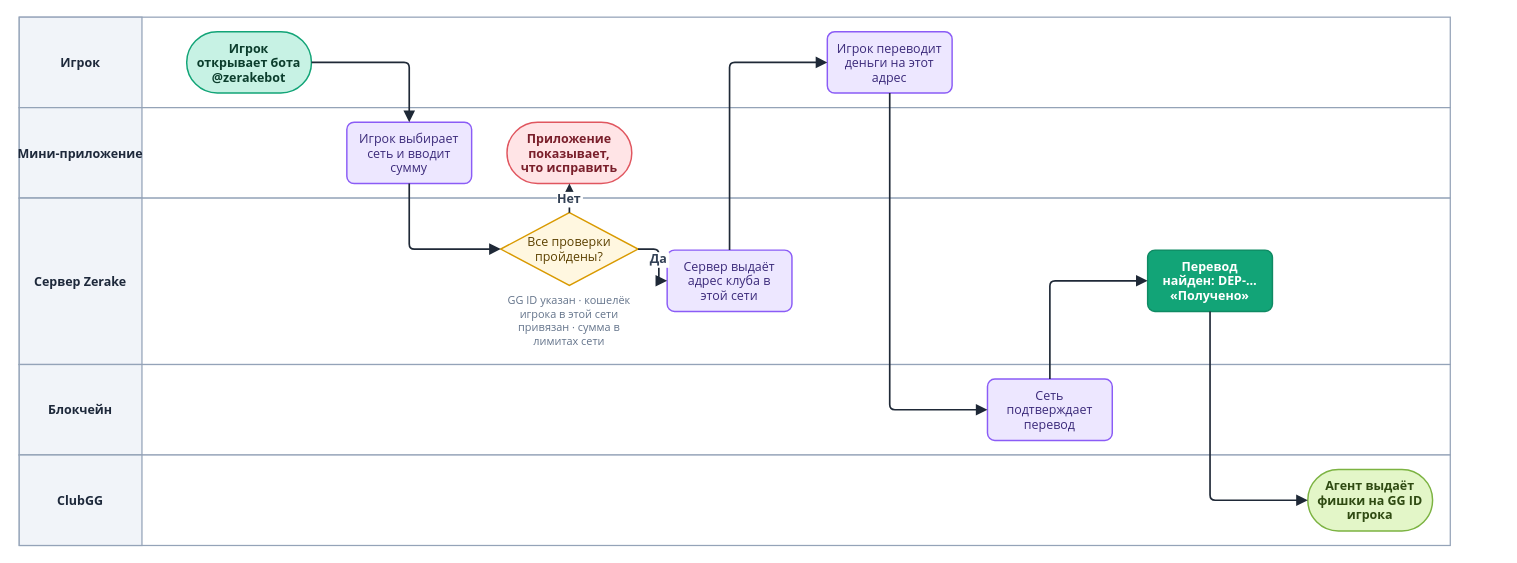
Before: diagrams/drawio/money-in.drawio in LILSUFFER/zerake-docs, a draw.io diagram. Source tidied: cells renumbered, new cells numbered last; positions are measured from the earlier drawing's top-left corner, leaving out a move shared by most shapes. Both pictures are drawn from the tidied source at 104%, with x=0, y=0 at pixel (19, 17).
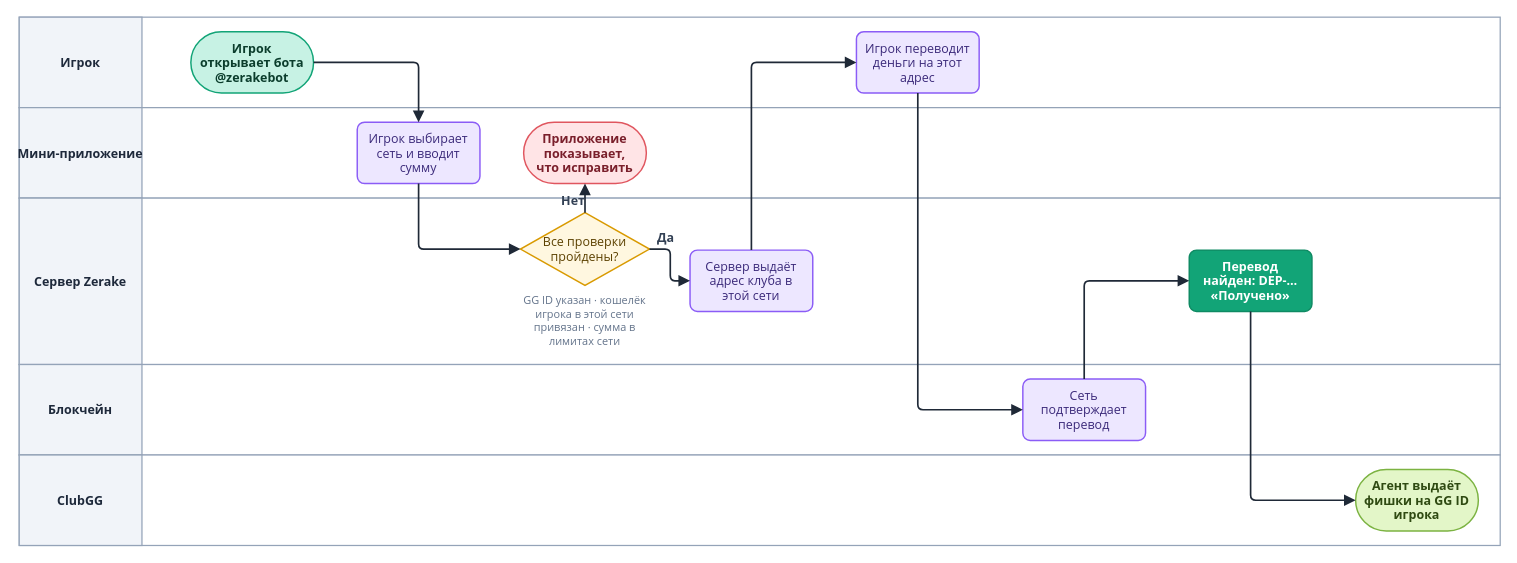
Above is the later version.

Change to the diagram source:
```diff
@@
     <mxCell id="2" style="rounded=0;html=0;fillColor=#FFFFFF;strokeColor=#94A3B8;strokeWidth=1.2;" parent="1" vertex="1">
-      <mxGeometry width="1376" height="87" as="geometry" />
+      <mxGeometry width="1424" height="87" as="geometry" />
     </mxCell>
@@
     <mxCell id="4" style="rounded=0;html=0;fillColor=#FFFFFF;strokeColor=#94A3B8;strokeWidth=1.2;" parent="1" vertex="1">
-      <mxGeometry y="87" width="1376" height="87" as="geometry" />
+      <mxGeometry y="87" width="1424" height="87" as="geometry" />
     </mxCell>
@@
     <mxCell id="6" style="rounded=0;html=0;fillColor=#FFFFFF;strokeColor=#94A3B8;strokeWidth=1.2;" parent="1" vertex="1">
-      <mxGeometry y="174" width="1376" height="160" as="geometry" />
+      <mxGeometry y="174" width="1424" height="160" as="geometry" />
     </mxCell>
@@
     <mxCell id="8" style="rounded=0;html=0;fillColor=#FFFFFF;strokeColor=#94A3B8;strokeWidth=1.2;" parent="1" vertex="1">
-      <mxGeometry y="334" width="1376" height="87" as="geometry" />
+      <mxGeometry y="334" width="1424" height="87" as="geometry" />
     </mxCell>
@@
     <mxCell id="10" style="rounded=0;html=0;fillColor=#FFFFFF;strokeColor=#94A3B8;strokeWidth=1.2;" parent="1" vertex="1">
-      <mxGeometry y="421" width="1376" height="87" as="geometry" />
+      <mxGeometry y="421" width="1424" height="87" as="geometry" />
     </mxCell>
@@
     <mxCell id="12" value="Игрок&#10;открывает бота&#10;@zerakebot" style="rounded=1;arcSize=50;html=0;fontStyle=1;fillColor=#C7F2E4;strokeColor=#12A477;fontColor=#0B3D2C;fontFamily=Segoe UI;fontSize=12;strokeWidth=1.4;" parent="1" vertex="1">
-      <mxGeometry x="161" y="14" width="120" height="59" as="geometry" />
+      <mxGeometry x="165" y="14" width="118" height="59" as="geometry" />
     </mxCell>
     <mxCell id="13" value="Игрок выбирает&#10;сеть и вводит&#10;сумму" style="rounded=1;arcSize=12;html=0;fillColor=#EDE7FF;strokeColor=#8B5CF6;fontColor=#3B2A7A;fontFamily=Segoe UI;fontSize=12;strokeWidth=1.4;" parent="1" vertex="1">
-      <mxGeometry x="315" y="101" width="120" height="59" as="geometry" />
+      <mxGeometry x="325" y="101" width="118" height="59" as="geometry" />
     </mxCell>
     <mxCell id="14" value="GG ID указан · кошелёк&#10;игрока в этой сети&#10;привязан · сумма в&#10;лимитах сети" style="text;html=0;align=center;verticalAlign=top;fontFamily=Segoe UI;fontSize=10.5;fontColor=#64748B;" parent="1" vertex="1">
-      <mxGeometry x="443" y="260" width="172" height="62" as="geometry" />
+      <mxGeometry x="462" y="260" width="164" height="62" as="geometry" />
     </mxCell>
     <mxCell id="15" value="Все проверки&#10;пройдены?" style="rhombus;html=0;fillColor=#FFF7E0;strokeColor=#D99A00;fontColor=#5C4100;fontFamily=Segoe UI;fontSize=12;strokeWidth=1.4;" parent="1" vertex="1">
-      <mxGeometry x="463" y="188" width="132" height="70" as="geometry" />
+      <mxGeometry x="482" y="188" width="124" height="70" as="geometry" />
     </mxCell>
     <mxCell id="16" value="Приложение&#10;показывает,&#10;что исправить" style="rounded=1;arcSize=50;html=0;fontStyle=1;fillColor=#FFE4E6;strokeColor=#E0565F;fontColor=#7A1F2B;fontFamily=Segoe UI;fontSize=12;strokeWidth=1.4;" parent="1" vertex="1">
-      <mxGeometry x="469" y="101" width="120" height="59" as="geometry" />
+      <mxGeometry x="485" y="101" width="118" height="59" as="geometry" />
     </mxCell>
     <mxCell id="17" value="Сервер выдаёт&#10;адрес клуба в&#10;этой сети" style="rounded=1;arcSize=12;html=0;fillColor=#EDE7FF;strokeColor=#8B5CF6;fontColor=#3B2A7A;fontFamily=Segoe UI;fontSize=12;strokeWidth=1.4;" parent="1" vertex="1">
-      <mxGeometry x="623" y="224" width="120" height="59" as="geometry" />
+      <mxGeometry x="645" y="224" width="118" height="59" as="geometry" />
     </mxCell>
     <mxCell id="18" value="Игрок переводит&#10;деньги на этот&#10;адрес" style="rounded=1;arcSize=12;html=0;fillColor=#EDE7FF;strokeColor=#8B5CF6;fontColor=#3B2A7A;fontFamily=Segoe UI;fontSize=12;strokeWidth=1.4;" parent="1" vertex="1">
-      <mxGeometry x="777" y="14" width="120" height="59" as="geometry" />
+      <mxGeometry x="805" y="14" width="118" height="59" as="geometry" />
     </mxCell>
     <mxCell id="19" value="Сеть&#10;подтверждает&#10;перевод" style="rounded=1;arcSize=12;html=0;fillColor=#EDE7FF;strokeColor=#8B5CF6;fontColor=#3B2A7A;fontFamily=Segoe UI;fontSize=12;strokeWidth=1.4;" parent="1" vertex="1">
-      <mxGeometry x="931" y="348" width="120" height="59" as="geometry" />
+      <mxGeometry x="965" y="348" width="118" height="59" as="geometry" />
     </mxCell>
     <mxCell id="20" value="Перевод&#10;найден: DEP-…&#10;«Получено»" style="rounded=1;arcSize=12;html=0;fillColor=#12A477;strokeColor=#0F8A63;fontColor=#FFFFFF;fontStyle=1;fontFamily=Segoe UI;fontSize=12;strokeWidth=1.4;" parent="1" vertex="1">
-      <mxGeometry x="1085" y="224" width="120" height="59" as="geometry" />
+      <mxGeometry x="1125" y="224" width="118" height="59" as="geometry" />
     </mxCell>
     <mxCell id="21" value="Агент выдаёт&#10;фишки на GG ID&#10;игрока" style="rounded=1;arcSize=50;html=0;fontStyle=1;fillColor=#E3F6C8;strokeColor=#7CB342;fontColor=#2F4A12;fontFamily=Segoe UI;fontSize=12;strokeWidth=1.4;" parent="1" vertex="1">
-      <mxGeometry x="1239" y="435" width="120" height="59" as="geometry" />
+      <mxGeometry x="1285" y="435" width="118" height="59" as="geometry" />
     </mxCell>
-    <mxCell id="22" style="edgeStyle=orthogonalEdgeStyle;rounded=1;arcSize=10;jettySize=auto;html=0;strokeColor=#1F2937;strokeWidth=1.6;endArrow=block;endFill=1;endSize=7;fontFamily=Segoe UI;fontSize=12;fontStyle=1;fontColor=#334155;labelBackgroundColor=#FFFFFF;" parent="1" edge="1" source="12" target="13">
+    <mxCell id="22" style="edgeStyle=orthogonalEdgeStyle;rounded=1;arcSize=10;jettySize=auto;html=0;strokeColor=#1F2937;strokeWidth=1.6;endArrow=block;endFill=1;endSize=7;fontFamily=Segoe UI;fontSize=12;fontStyle=1;fontColor=#334155;labelBackgroundColor=none;" parent="1" edge="1" source="12" target="13">
       <mxGeometry relative="1" as="geometry" />
     </mxCell>
-    <mxCell id="23" style="edgeStyle=orthogonalEdgeStyle;rounded=1;arcSize=10;jettySize=auto;html=0;strokeColor=#1F2937;strokeWidth=1.6;endArrow=block;endFill=1;endSize=7;fontFamily=Segoe UI;fontSize=12;fontStyle=1;fontColor=#334155;labelBackgroundColor=#FFFFFF;exitX=0.5;exitY=1;entryX=0;entryY=0.5;" parent="1" edge="1" source="13" target="15">
+    <mxCell id="23" style="edgeStyle=orthogonalEdgeStyle;rounded=1;arcSize=10;jettySize=auto;html=0;strokeColor=#1F2937;strokeWidth=1.6;endArrow=block;endFill=1;endSize=7;fontFamily=Segoe UI;fontSize=12;fontStyle=1;fontColor=#334155;labelBackgroundColor=none;exitX=0.5;exitY=1;entryX=0;entryY=0.5;" parent="1" edge="1" source="13" target="15">
       <mxGeometry relative="1" as="geometry" />
     </mxCell>
-    <mxCell id="24" value="Нет" style="edgeStyle=orthogonalEdgeStyle;rounded=1;arcSize=10;jettySize=auto;html=0;strokeColor=#1F2937;strokeWidth=1.6;endArrow=block;endFill=1;endSize=7;fontFamily=Segoe UI;fontSize=12;fontStyle=1;fontColor=#334155;labelBackgroundColor=#FFFFFF;" parent="1" edge="1" source="15" target="16">
-      <mxGeometry relative="1" as="geometry" />
+    <mxCell id="24" value="Нет" style="edgeStyle=orthogonalEdgeStyle;rounded=1;arcSize=10;jettySize=auto;html=0;strokeColor=#1F2937;strokeWidth=1.6;endArrow=block;endFill=1;endSize=7;fontFamily=Segoe UI;fontSize=12;fontStyle=1;fontColor=#334155;labelBackgroundColor=none;" parent="1" edge="1" source="15" target="16">
+      <mxGeometry x="-0.55" y="11" relative="1" as="geometry" />
     </mxCell>
-    <mxCell id="25" value="Да" style="edgeStyle=orthogonalEdgeStyle;rounded=1;arcSize=10;jettySize=auto;html=0;strokeColor=#1F2937;strokeWidth=1.6;endArrow=block;endFill=1;endSize=7;fontFamily=Segoe UI;fontSize=12;fontStyle=1;fontColor=#334155;labelBackgroundColor=#FFFFFF;" parent="1" edge="1" source="15" target="17">
-      <mxGeometry relative="1" as="geometry" />
+    <mxCell id="25" value="Да" style="edgeStyle=orthogonalEdgeStyle;rounded=1;arcSize=10;jettySize=auto;html=0;strokeColor=#1F2937;strokeWidth=1.6;endArrow=block;endFill=1;endSize=7;fontFamily=Segoe UI;fontSize=12;fontStyle=1;fontColor=#334155;labelBackgroundColor=none;" parent="1" edge="1" source="15" target="17">
+      <mxGeometry x="-0.55" y="11" relative="1" as="geometry" />
     </mxCell>
-    <mxCell id="26" style="edgeStyle=orthogonalEdgeStyle;rounded=1;arcSize=10;jettySize=auto;html=0;strokeColor=#1F2937;strokeWidth=1.6;endArrow=block;endFill=1;endSize=7;fontFamily=Segoe UI;fontSize=12;fontStyle=1;fontColor=#334155;labelBackgroundColor=#FFFFFF;exitX=0.5;exitY=0;entryX=0;entryY=0.5;" parent="1" edge="1" source="17" target="18">
+    <mxCell id="26" style="edgeStyle=orthogonalEdgeStyle;rounded=1;arcSize=10;jettySize=auto;html=0;strokeColor=#1F2937;strokeWidth=1.6;endArrow=block;endFill=1;endSize=7;fontFamily=Segoe UI;fontSize=12;fontStyle=1;fontColor=#334155;labelBackgroundColor=none;exitX=0.5;exitY=0;entryX=0;entryY=0.5;" parent="1" edge="1" source="17" target="18">
       <mxGeometry relative="1" as="geometry" />
     </mxCell>
-    <mxCell id="27" style="edgeStyle=orthogonalEdgeStyle;rounded=1;arcSize=10;jettySize=auto;html=0;strokeColor=#1F2937;strokeWidth=1.6;endArrow=block;endFill=1;endSize=7;fontFamily=Segoe UI;fontSize=12;fontStyle=1;fontColor=#334155;labelBackgroundColor=#FFFFFF;exitX=0.5;exitY=1;entryX=0;entryY=0.5;" parent="1" edge="1" source="18" target="19">
+    <mxCell id="27" style="edgeStyle=orthogonalEdgeStyle;rounded=1;arcSize=10;jettySize=auto;html=0;strokeColor=#1F2937;strokeWidth=1.6;endArrow=block;endFill=1;endSize=7;fontFamily=Segoe UI;fontSize=12;fontStyle=1;fontColor=#334155;labelBackgroundColor=none;exitX=0.5;exitY=1;entryX=0;entryY=0.5;" parent="1" edge="1" source="18" target="19">
       <mxGeometry relative="1" as="geometry" />
     </mxCell>
-    <mxCell id="28" style="edgeStyle=orthogonalEdgeStyle;rounded=1;arcSize=10;jettySize=auto;html=0;strokeColor=#1F2937;strokeWidth=1.6;endArrow=block;endFill=1;endSize=7;fontFamily=Segoe UI;fontSize=12;fontStyle=1;fontColor=#334155;labelBackgroundColor=#FFFFFF;exitX=0.5;exitY=0;entryX=0;entryY=0.5;" parent="1" edge="1" source="19" target="20">
+    <mxCell id="28" style="edgeStyle=orthogonalEdgeStyle;rounded=1;arcSize=10;jettySize=auto;html=0;strokeColor=#1F2937;strokeWidth=1.6;endArrow=block;endFill=1;endSize=7;fontFamily=Segoe UI;fontSize=12;fontStyle=1;fontColor=#334155;labelBackgroundColor=none;exitX=0.5;exitY=0;entryX=0;entryY=0.5;" parent="1" edge="1" source="19" target="20">
       <mxGeometry relative="1" as="geometry" />
     </mxCell>
-    <mxCell id="29" style="edgeStyle=orthogonalEdgeStyle;rounded=1;arcSize=10;jettySize=auto;html=0;strokeColor=#1F2937;strokeWidth=1.6;endArrow=block;endFill=1;endSize=7;fontFamily=Segoe UI;fontSize=12;fontStyle=1;fontColor=#334155;labelBackgroundColor=#FFFFFF;exitX=0.5;exitY=1;entryX=0;entryY=0.5;" parent="1" edge="1" source="20" target="21">
+    <mxCell id="29" style="edgeStyle=orthogonalEdgeStyle;rounded=1;arcSize=10;jettySize=auto;html=0;strokeColor=#1F2937;strokeWidth=1.6;endArrow=block;endFill=1;endSize=7;fontFamily=Segoe UI;fontSize=12;fontStyle=1;fontColor=#334155;labelBackgroundColor=none;exitX=0.5;exitY=1;entryX=0;entryY=0.5;" parent="1" edge="1" source="20" target="21">
       <mxGeometry relative="1" as="geometry" />
     </mxCell>
```
